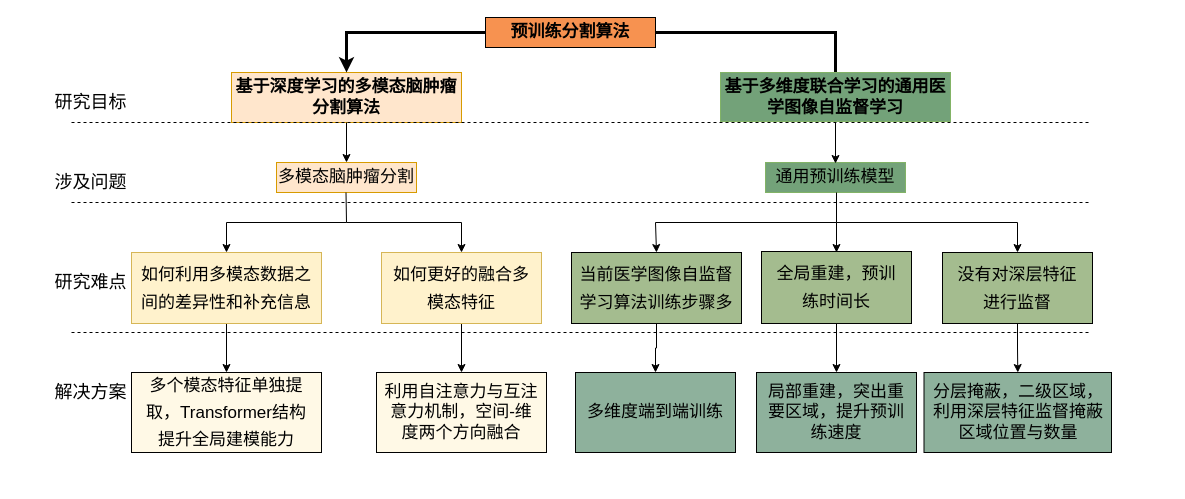
This is Untitled Diagram.drawio from 920232796/test, a draw.io file, before an edit. Source tidied: cells renumbered, new cells numbered last; positions are measured from the earlier drawing's top-left corner, leaving out a move shared by most shapes. Both pictures are drawn from the tidied source at 100%, with x=0, y=0 at pixel (45, 17).
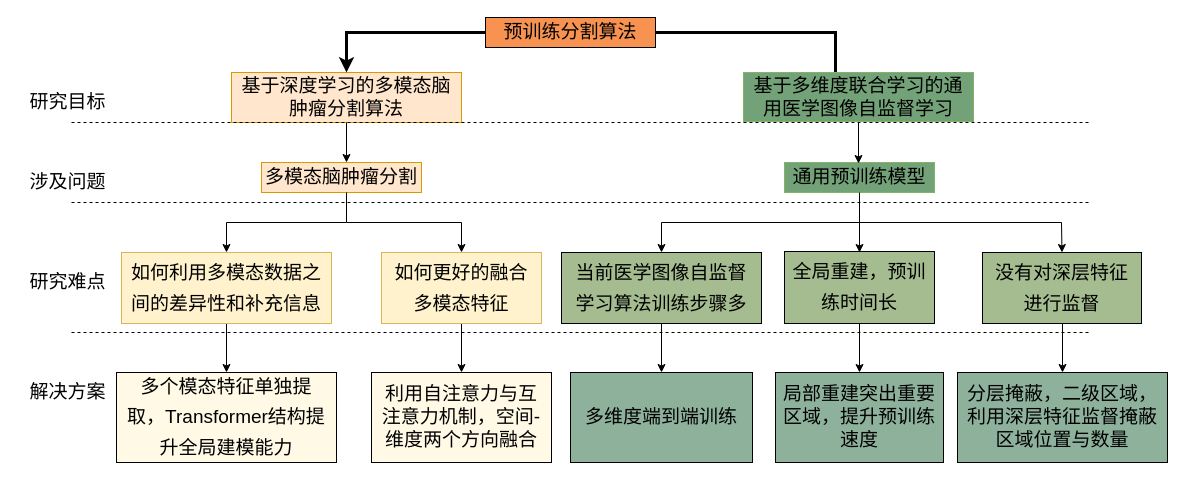
The same page after the edit.

Diff of the diagram source:
```diff
@@
-    <mxCell id="2" value="&lt;b style=&quot;font-size: 17px;&quot;&gt;基于深度学习的多模态脑肿瘤分割算法&lt;/b&gt;" style="rounded=0;whiteSpace=wrap;html=1;fontSize=17;spacing=3;fillColor=#ffe6cc;strokeColor=#d79b00;" parent="1" vertex="1">
+    <mxCell id="2" value="&lt;span style=&quot;font-size: 19px;&quot;&gt;基于深度学习的多模态脑肿瘤分割算法&lt;/span&gt;" style="rounded=0;whiteSpace=wrap;html=1;fontSize=19;spacing=3;fillColor=#ffe6cc;strokeColor=#d79b00;fontStyle=0;" parent="1" vertex="1">
       <mxGeometry x="186" y="55" width="230" height="50" as="geometry" />
     </mxCell>
-    <mxCell id="3" style="edgeStyle=orthogonalEdgeStyle;rounded=0;jettySize=auto;html=1;entryX=0.5;entryY=0;entryDx=0;entryDy=0;fontSize=17;strokeWidth=3;" parent="1" edge="1" source="4" target="2">
+    <mxCell id="3" style="edgeStyle=orthogonalEdgeStyle;rounded=0;jettySize=auto;html=1;entryX=0.5;entryY=0;entryDx=0;entryDy=0;fontSize=19;strokeWidth=3;fontStyle=0;" parent="1" edge="1" source="4" target="2">
       <mxGeometry relative="1" as="geometry">
         <Array as="points">
           <mxPoint x="790" y="15" />
           <mxPoint x="301" y="15" />
         </Array>
       </mxGeometry>
     </mxCell>
-    <mxCell id="4" value="&lt;b style=&quot;font-size: 17px;&quot;&gt;基于多维度联合学习的通用医学图像自监督学习&lt;/b&gt;" style="rounded=0;whiteSpace=wrap;html=1;fontSize=17;spacing=3;fillColor=#73A279;strokeColor=#82b366;" parent="1" vertex="1">
-      <mxGeometry x="675" y="55" width="230" height="49" as="geometry" />
+    <mxCell id="4" value="&lt;span style=&quot;font-size: 19px;&quot;&gt;基于多维度联合学习的通用医学图像自监督学习&lt;/span&gt;" style="rounded=0;whiteSpace=wrap;html=1;fontSize=19;spacing=3;fillColor=#73A279;strokeColor=#82b366;fontStyle=0;" parent="1" vertex="1">
+      <mxGeometry x="698" y="55" width="230" height="49" as="geometry" />
     </mxCell>
-    <mxCell id="5" style="endArrow=classic;html=1;rounded=0;fontSize=17;" parent="1" edge="1">
+    <mxCell id="5" style="endArrow=classic;html=1;rounded=0;fontSize=19;fontStyle=0;" parent="1" edge="1">
       <mxGeometry relative="1" as="geometry">
         <mxPoint x="301" y="105" as="sourcePoint" />
         <mxPoint x="301" y="145" as="targetPoint" />
       </mxGeometry>
     </mxCell>
-    <mxCell id="6" value="&lt;span style=&quot;font-size: 17px;&quot;&gt;多模态脑肿瘤分割&lt;/span&gt;" style="rounded=0;whiteSpace=wrap;html=1;fontSize=17;fontStyle=0;fillColor=#ffe6cc;strokeColor=#d79b00;" parent="1" vertex="1">
-      <mxGeometry x="231" y="145" width="140" height="30" as="geometry" />
+    <mxCell id="6" value="&lt;span style=&quot;font-size: 19px;&quot;&gt;多模态脑肿瘤分割&lt;/span&gt;" style="rounded=0;whiteSpace=wrap;html=1;fontSize=19;fontStyle=0;fillColor=#ffe6cc;strokeColor=#d79b00;" parent="1" vertex="1">
+      <mxGeometry x="216" y="145" width="160" height="30" as="geometry" />
     </mxCell>
-    <mxCell id="7" value="&lt;span style=&quot;font-size: 17px;&quot;&gt;通用预训练模型&lt;/span&gt;" style="rounded=0;whiteSpace=wrap;html=1;fontSize=17;fontStyle=0;fillColor=#73A279;strokeColor=#82b366;" parent="1" vertex="1">
-      <mxGeometry x="720" y="145" width="140" height="30" as="geometry" />
+    <mxCell id="7" value="&lt;span style=&quot;font-size: 19px;&quot;&gt;通用预训练模型&lt;/span&gt;" style="rounded=0;whiteSpace=wrap;html=1;fontSize=19;fontStyle=0;fillColor=#73A279;strokeColor=#82b366;" parent="1" vertex="1">
+      <mxGeometry x="739" y="145" width="150" height="30" as="geometry" />
     </mxCell>
-    <mxCell id="8" style="endArrow=classic;html=1;rounded=0;fontSize=17;" parent="1" edge="1">
+    <mxCell id="8" style="endArrow=classic;html=1;rounded=0;fontSize=19;fontStyle=0;" parent="1" edge="1">
       <mxGeometry relative="1" as="geometry">
-        <mxPoint x="790" y="105" as="sourcePoint" />
-        <mxPoint x="790" y="146" as="targetPoint" />
+        <mxPoint x="813" y="105" as="sourcePoint" />
+        <mxPoint x="813" y="146" as="targetPoint" />
       </mxGeometry>
     </mxCell>
-    <mxCell id="9" style="endArrow=classic;html=1;rounded=0;fontSize=17;entryX=0.5;entryY=0;entryDx=0;entryDy=0;" parent="1" edge="1" target="11">
+    <mxCell id="9" style="endArrow=classic;html=1;rounded=0;fontSize=19;entryX=0.5;entryY=0;entryDx=0;entryDy=0;fontStyle=0;" parent="1" edge="1">
       <mxGeometry relative="1" as="geometry">
-        <mxPoint x="300.5" y="175" as="sourcePoint" />
+        <mxPoint x="301" y="175" as="sourcePoint" />
+        <mxPoint x="181" y="235" as="targetPoint" />
         <Array as="points">
           <mxPoint x="301" y="205" />
           <mxPoint x="181" y="205" />
         </Array>
       </mxGeometry>
     </mxCell>
-    <mxCell id="10" style="edgeStyle=orthogonalEdgeStyle;rounded=0;jettySize=auto;html=1;fontSize=17;fontColor=none;" parent="1" edge="1" source="11" target="24">
+    <mxCell id="10" style="edgeStyle=orthogonalEdgeStyle;rounded=0;jettySize=auto;html=1;fontSize=19;fontColor=none;fontStyle=0;" parent="1" edge="1" source="11" target="24">
       <mxGeometry relative="1" as="geometry" />
     </mxCell>
-    <mxCell id="11" value="&lt;span style=&quot;line-height: 1.6; font-size: 17px;&quot;&gt;如何利用多模态数据之间的差异性和补充信息&lt;/span&gt;" style="rounded=0;whiteSpace=wrap;html=1;spacingTop=0;spacing=9;fontSize=17;fontStyle=0;fillColor=#fff2cc;strokeColor=#d6b656;" parent="1" vertex="1">
-      <mxGeometry x="86" y="235" width="190" height="71" as="geometry" />
+    <mxCell id="11" value="&lt;span style=&quot;line-height: 1.6; font-size: 19px;&quot;&gt;如何利用多模态数据之间的差异性和补充信息&lt;/span&gt;" style="rounded=0;whiteSpace=wrap;html=1;spacingTop=0;spacing=9;fontSize=19;fontStyle=0;fillColor=#fff2cc;strokeColor=#d6b656;" parent="1" vertex="1">
+      <mxGeometry x="76" y="235" width="210" height="71" as="geometry" />
     </mxCell>
-    <mxCell id="12" style="edgeStyle=orthogonalEdgeStyle;rounded=0;jettySize=auto;html=1;fontSize=17;fontColor=none;" parent="1" edge="1" source="13" target="25">
+    <mxCell id="12" style="edgeStyle=orthogonalEdgeStyle;rounded=0;jettySize=auto;html=1;fontSize=19;fontColor=none;fontStyle=0;" parent="1" edge="1" source="13" target="25">
       <mxGeometry relative="1" as="geometry" />
     </mxCell>
-    <mxCell id="13" value="&lt;span style=&quot;line-height: 1.6; font-size: 17px;&quot;&gt;如何更好的融合多模态特征&lt;/span&gt;" style="rounded=0;whiteSpace=wrap;html=1;spacingTop=0;spacing=9;fontSize=17;fontStyle=0;fillColor=#fff2cc;strokeColor=#d6b656;" parent="1" vertex="1">
+    <mxCell id="13" value="&lt;span style=&quot;line-height: 1.6; font-size: 19px;&quot;&gt;如何更好的融合多模态特征&lt;/span&gt;" style="rounded=0;whiteSpace=wrap;html=1;spacingTop=0;spacing=9;fontSize=19;fontStyle=0;fillColor=#fff2cc;strokeColor=#d6b656;" parent="1" vertex="1">
       <mxGeometry x="336" y="235" width="160" height="71" as="geometry" />
     </mxCell>
-    <mxCell id="14" style="endArrow=classic;html=1;rounded=0;fontSize=17;entryX=0.5;entryY=0;entryDx=0;entryDy=0;" parent="1" edge="1" target="13">
+    <mxCell id="14" style="endArrow=classic;html=1;rounded=0;fontSize=19;entryX=0.5;entryY=0;entryDx=0;entryDy=0;fontStyle=0;" parent="1" edge="1" target="13">
       <mxGeometry relative="1" as="geometry">
         <mxPoint x="301" y="205" as="sourcePoint" />
         <Array as="points">
           <mxPoint x="416" y="205" />
         </Array>
       </mxGeometry>
     </mxCell>
-    <mxCell id="15" style="endArrow=classic;html=1;rounded=0;fontSize=17;entryX=0.5;entryY=0;entryDx=0;entryDy=0;" parent="1" edge="1" target="17">
+    <mxCell id="15" style="endArrow=classic;html=1;rounded=0;fontSize=19;entryX=0.5;entryY=0;entryDx=0;entryDy=0;fontStyle=0;" parent="1" edge="1" target="17">
       <mxGeometry relative="1" as="geometry">
-        <mxPoint x="791" y="175" as="sourcePoint" />
+        <mxPoint x="814" y="175" as="sourcePoint" />
         <Array as="points">
-          <mxPoint x="791" y="205" />
-          <mxPoint x="610" y="205" />
+          <mxPoint x="814" y="205" />
+          <mxPoint x="616" y="205" />
         </Array>
       </mxGeometry>
     </mxCell>
-    <mxCell id="16" style="edgeStyle=orthogonalEdgeStyle;rounded=0;jettySize=auto;html=1;fontSize=17;fontColor=none;" parent="1" edge="1" source="17" target="26">
+    <mxCell id="16" style="edgeStyle=orthogonalEdgeStyle;rounded=0;jettySize=auto;html=1;fontStyle=0;" parent="1" edge="1" source="17" target="26">
       <mxGeometry relative="1" as="geometry" />
     </mxCell>
-    <mxCell id="17" value="&lt;span style=&quot;line-height: 1.6; font-size: 17px;&quot;&gt;当前医学图像自监督学习算法训练步骤多&lt;/span&gt;" style="rounded=0;whiteSpace=wrap;html=1;spacingTop=0;spacing=9;fontSize=17;fontStyle=0;fillColor=#A4BC8F;" parent="1" vertex="1">
-      <mxGeometry x="526" y="235" width="170" height="71" as="geometry" />
+    <mxCell id="17" value="&lt;span style=&quot;line-height: 1.6; font-size: 19px;&quot;&gt;当前医学图像自监督学习算法训练步骤多&lt;/span&gt;" style="rounded=0;whiteSpace=wrap;html=1;spacingTop=0;spacing=9;fontSize=19;fontStyle=0;fillColor=#A4BC8F;" parent="1" vertex="1">
+      <mxGeometry x="516" y="235" width="200" height="71" as="geometry" />
     </mxCell>
-    <mxCell id="18" style="edgeStyle=orthogonalEdgeStyle;rounded=0;jettySize=auto;html=1;fontSize=17;fontColor=none;" parent="1" edge="1" source="19" target="28">
-      <mxGeometry relative="1" as="geometry" />
-    </mxCell>
-    <mxCell id="19" value="&lt;span style=&quot;line-height: 1.6; font-size: 17px;&quot;&gt;没有对深层特征进行监督&lt;/span&gt;" style="rounded=0;whiteSpace=wrap;html=1;spacingTop=0;spacing=9;fontSize=17;fontStyle=0;fillColor=#A4BC8F;" parent="1" vertex="1">
-      <mxGeometry x="897" y="235" width="150" height="71" as="geometry" />
+    <mxCell id="19" value="&lt;span style=&quot;line-height: 1.6; font-size: 19px;&quot;&gt;没有对深层特征进行监督&lt;/span&gt;" style="rounded=0;whiteSpace=wrap;html=1;spacingTop=0;spacing=9;fontSize=19;fontStyle=0;fillColor=#A4BC8F;" parent="1" vertex="1">
+      <mxGeometry x="937" y="235" width="159" height="71" as="geometry" />
     </mxCell>
-    <mxCell id="20" style="endArrow=classic;html=1;rounded=0;fontSize=17;entryX=0.5;entryY=0;entryDx=0;entryDy=0;" parent="1" edge="1" target="19">
+    <mxCell id="20" style="endArrow=classic;html=1;rounded=0;fontSize=19;fontStyle=0;entryX=0.5;entryY=0;entryDx=0;entryDy=0;" parent="1" edge="1" target="19">
       <mxGeometry relative="1" as="geometry">
-        <mxPoint x="791" y="205" as="sourcePoint" />
+        <mxPoint x="814" y="205" as="sourcePoint" />
         <Array as="points">
-          <mxPoint x="972" y="205" />
+          <mxPoint x="1016" y="205" />
         </Array>
       </mxGeometry>
     </mxCell>
-    <mxCell id="21" style="edgeStyle=orthogonalEdgeStyle;rounded=0;jettySize=auto;html=1;fontSize=17;fontColor=none;" parent="1" edge="1" source="22" target="27">
+    <mxCell id="21" style="edgeStyle=orthogonalEdgeStyle;rounded=0;jettySize=auto;html=1;fontSize=19;fontColor=none;fontStyle=0;" parent="1" edge="1" source="22" target="27">
       <mxGeometry relative="1" as="geometry" />
     </mxCell>
-    <mxCell id="22" value="&lt;span style=&quot;line-height: 1.6; font-size: 17px;&quot;&gt;全局重建，预训练时间长&lt;/span&gt;" style="rounded=0;whiteSpace=wrap;html=1;spacingTop=0;spacing=9;fontSize=17;fontStyle=0;fillColor=#A4BC8F;" parent="1" vertex="1">
-      <mxGeometry x="716" y="234" width="150" height="72" as="geometry" />
+    <mxCell id="22" value="&lt;span style=&quot;line-height: 1.6; font-size: 19px;&quot;&gt;全局重建，预训练时间长&lt;/span&gt;" style="rounded=0;whiteSpace=wrap;html=1;spacingTop=0;spacing=9;fontSize=19;fontStyle=0;fillColor=#A4BC8F;" parent="1" vertex="1">
+      <mxGeometry x="739" y="234" width="150" height="72" as="geometry" />
     </mxCell>
-    <mxCell id="23" style="endArrow=classic;html=1;rounded=0;fontSize=17;" parent="1" edge="1">
+    <mxCell id="23" style="endArrow=classic;html=1;rounded=0;fontSize=19;fontStyle=0;" parent="1" edge="1">
       <mxGeometry relative="1" as="geometry">
-        <mxPoint x="791" y="205" as="sourcePoint" />
-        <mxPoint x="791" y="235" as="targetPoint" />
+        <mxPoint x="814" y="205" as="sourcePoint" />
+        <mxPoint x="814" y="235" as="targetPoint" />
       </mxGeometry>
     </mxCell>
-    <mxCell id="24" value="&lt;p style=&quot;line-height: 1.6; font-size: 17px;&quot;&gt;多个模态特征单独提取，Transformer结构提升全局建模能力&lt;/p&gt;" style="whiteSpace=wrap;html=1;fontSize=17;rounded=0;spacingTop=0;spacing=9;fontStyle=0;fillColor=#FFF9E6;" parent="1" vertex="1">
-      <mxGeometry x="86" y="355" width="190" height="80" as="geometry" />
+    <mxCell id="24" value="&lt;p style=&quot;line-height: 1.6; font-size: 19px;&quot;&gt;多个模态特征单独提取，Transformer结构提升全局建模能力&lt;/p&gt;" style="whiteSpace=wrap;html=1;fontSize=19;rounded=0;spacingTop=0;spacing=9;fontStyle=0;fillColor=#FFF9E6;" parent="1" vertex="1">
+      <mxGeometry x="71" y="355" width="220" height="90" as="geometry" />
     </mxCell>
-    <mxCell id="25" value="利用自注意力与互注意力机制，空间-维度两个方向融合" style="whiteSpace=wrap;html=1;fontSize=17;rounded=0;spacingTop=0;spacing=9;fontStyle=0;fillColor=#FFF9E6;" parent="1" vertex="1">
-      <mxGeometry x="331" y="355" width="170" height="80" as="geometry" />
+    <mxCell id="25" value="利用自注意力与互注意力机制，空间-维度两个方向融合" style="whiteSpace=wrap;html=1;fontSize=19;rounded=0;spacingTop=0;spacing=9;fontStyle=0;fillColor=#FFF9E6;" parent="1" vertex="1">
+      <mxGeometry x="326" y="355" width="180" height="90" as="geometry" />
     </mxCell>
-    <mxCell id="26" value="多维度端到端训练" style="whiteSpace=wrap;html=1;fontSize=17;rounded=0;spacingTop=0;spacing=9;fontStyle=0;fillColor=#8EB19C;" parent="1" vertex="1">
-      <mxGeometry x="530" y="355" width="160" height="80" as="geometry" />
+    <mxCell id="26" value="多维度端到端训练" style="whiteSpace=wrap;html=1;fontSize=19;rounded=0;spacingTop=0;spacing=9;fontStyle=0;fillColor=#8EB19C;" parent="1" vertex="1">
+      <mxGeometry x="525" y="355" width="182" height="90" as="geometry" />
     </mxCell>
-    <mxCell id="27" value="局部重建，突出重要区域，提升预训练速度" style="whiteSpace=wrap;html=1;fontSize=17;rounded=0;spacingTop=0;spacing=9;fontStyle=0;fillColor=#8EB19C;" parent="1" vertex="1">
-      <mxGeometry x="711" y="355" width="160" height="80" as="geometry" />
+    <mxCell id="27" value="局部重建突出重要区域，提升预训练速度" style="whiteSpace=wrap;html=1;fontSize=19;rounded=0;spacingTop=0;spacing=9;fontStyle=0;fillColor=#8EB19C;" parent="1" vertex="1">
+      <mxGeometry x="730" y="355" width="168" height="90" as="geometry" />
     </mxCell>
-    <mxCell id="28" value="分层掩蔽，二级区域，利用深层特征监督掩蔽区域位置与数量" style="whiteSpace=wrap;html=1;fontSize=17;rounded=0;spacingTop=0;spacing=9;fontStyle=0;fillColor=#8EB19C;" parent="1" vertex="1">
-      <mxGeometry x="878.5" y="355" width="187.5" height="80" as="geometry" />
+    <mxCell id="28" value="分层掩蔽，二级区域，利用深层特征监督掩蔽区域位置与数量" style="whiteSpace=wrap;html=1;fontSize=19;rounded=0;spacingTop=0;spacing=9;fontStyle=0;fillColor=#8EB19C;" parent="1" vertex="1">
+      <mxGeometry x="912" y="355" width="210" height="90" as="geometry" />
     </mxCell>
-    <mxCell id="29" style="endArrow=none;dashed=1;html=1;rounded=0;fontSize=13;fontColor=none;" parent="1" edge="1">
+    <mxCell id="29" style="endArrow=none;dashed=1;html=1;rounded=0;fontSize=13;fontColor=none;fontStyle=0;" parent="1" edge="1">
       <mxGeometry relative="1" as="geometry">
         <mxPoint x="26" y="105" as="sourcePoint" />
         <mxPoint x="1046" y="105" as="targetPoint" />
       </mxGeometry>
     </mxCell>
-    <mxCell id="30" style="endArrow=none;dashed=1;html=1;rounded=0;fontSize=13;fontColor=none;" parent="1" edge="1">
+    <mxCell id="30" style="endArrow=none;dashed=1;html=1;rounded=0;fontSize=13;fontColor=none;fontStyle=0;" parent="1" edge="1">
       <mxGeometry relative="1" as="geometry">
         <mxPoint x="26" y="185" as="sourcePoint" />
         <mxPoint x="1046" y="185" as="targetPoint" />
       </mxGeometry>
     </mxCell>
-    <mxCell id="31" style="endArrow=none;dashed=1;html=1;rounded=0;fontSize=13;fontColor=none;" parent="1" edge="1">
+    <mxCell id="31" style="endArrow=none;dashed=1;html=1;rounded=0;fontSize=13;fontColor=none;fontStyle=0;" parent="1" edge="1">
       <mxGeometry relative="1" as="geometry">
         <mxPoint x="26" y="315" as="sourcePoint" />
         <mxPoint x="1046" y="315" as="targetPoint" />
       </mxGeometry>
     </mxCell>
-    <mxCell id="32" value="&lt;font style=&quot;font-size: 18px&quot;&gt;研究目标&lt;/font&gt;" style="text;html=1;align=center;verticalAlign=middle;strokeColor=none;fillColor=none;fontSize=13;fontColor=none;" parent="1" vertex="1">
-      <mxGeometry y="75" width="90" height="20" as="geometry" />
+    <mxCell id="32" value="&lt;font style=&quot;font-size: 19px;&quot;&gt;研究目标&lt;/font&gt;" style="text;html=1;align=center;verticalAlign=middle;strokeColor=none;fillColor=none;fontSize=19;fontColor=none;fontStyle=0;" parent="1" vertex="1">
+      <mxGeometry x="-28" y="65" width="100" height="40" as="geometry" />
     </mxCell>
-    <mxCell id="33" value="&lt;font style=&quot;font-size: 18px&quot;&gt;涉及问题&lt;/font&gt;" style="text;html=1;align=center;verticalAlign=middle;strokeColor=none;fillColor=none;fontSize=13;fontColor=none;" parent="1" vertex="1">
-      <mxGeometry y="155" width="90" height="20" as="geometry" />
+    <mxCell id="33" value="&lt;font style=&quot;font-size: 19px;&quot;&gt;涉及问题&lt;/font&gt;" style="text;html=1;align=center;verticalAlign=middle;strokeColor=none;fillColor=none;fontSize=19;fontColor=none;fontStyle=0;" parent="1" vertex="1">
+      <mxGeometry x="-28" y="145" width="100" height="40" as="geometry" />
     </mxCell>
-    <mxCell id="34" value="&lt;font style=&quot;font-size: 18px&quot;&gt;研究难点&lt;/font&gt;" style="text;html=1;align=center;verticalAlign=middle;strokeColor=none;fillColor=none;fontSize=13;fontColor=none;" parent="1" vertex="1">
-      <mxGeometry y="255" width="90" height="20" as="geometry" />
+    <mxCell id="34" value="&lt;font style=&quot;font-size: 19px;&quot;&gt;研究难点&lt;/font&gt;" style="text;html=1;align=center;verticalAlign=middle;strokeColor=none;fillColor=none;fontSize=19;fontColor=none;fontStyle=0;" parent="1" vertex="1">
+      <mxGeometry x="-28" y="245" width="100" height="40" as="geometry" />
     </mxCell>
-    <mxCell id="35" value="&lt;font style=&quot;font-size: 18px&quot;&gt;解决方案&lt;/font&gt;" style="text;html=1;align=center;verticalAlign=middle;strokeColor=none;fillColor=none;fontSize=13;fontColor=none;" parent="1" vertex="1">
-      <mxGeometry y="365" width="90" height="20" as="geometry" />
+    <mxCell id="35" value="&lt;font style=&quot;font-size: 19px;&quot;&gt;解决方案&lt;/font&gt;" style="text;html=1;align=center;verticalAlign=middle;strokeColor=none;fillColor=none;fontSize=19;fontColor=none;fontStyle=0;" parent="1" vertex="1">
+      <mxGeometry x="-28" y="355" width="100" height="40" as="geometry" />
     </mxCell>
-    <mxCell id="36" value="&lt;b style=&quot;font-size: 17px;&quot;&gt;预训练分割算法&lt;/b&gt;" style="rounded=0;whiteSpace=wrap;html=1;fontSize=17;fillColor=#F79250;" parent="1" vertex="1">
+    <mxCell id="36" value="&lt;span style=&quot;font-size: 19px;&quot;&gt;预训练分割算法&lt;/span&gt;" style="rounded=0;whiteSpace=wrap;html=1;fontSize=19;fillColor=#F79250;fontStyle=0;" parent="1" vertex="1">
       <mxGeometry x="440" width="170" height="30" as="geometry" />
     </mxCell>
+    <mxCell id="37" style="edgeStyle=orthogonalEdgeStyle;rounded=0;orthogonalLoop=1;jettySize=auto;html=1;fontSize=19;fontColor=none;fontStyle=0;" parent="1" edge="1">
+      <mxGeometry relative="1" as="geometry">
+        <mxPoint x="1017" y="306" as="sourcePoint" />
+        <mxPoint x="1017" y="355" as="targetPoint" />
+      </mxGeometry>
+    </mxCell>
```
